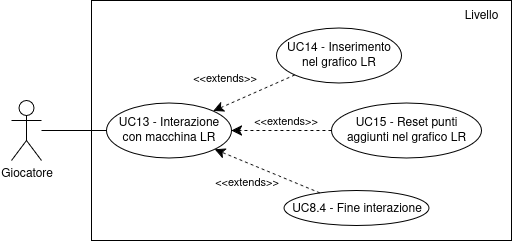
This is Documentazione/source/imgs/uc-macchina_lr.png from fliposab/ProgettoStage, a draw.io export, as it was before one commit. Source tidied: cells renumbered, new cells last; positions are measured from the earlier drawing's top-left corner, leaving out a move shared by most shapes.
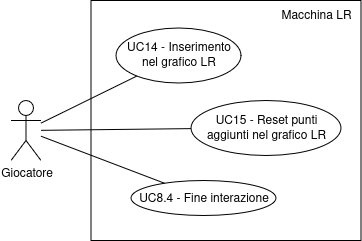
Above is the later version.

Change to the diagram source:
```diff
@@ -3,52 +3,31 @@
     <mxCell id="0" />
     <mxCell id="1" parent="0" />
     <mxCell id="2" style="rounded=0;whiteSpace=wrap;html=1;gradientColor=none;" parent="1" vertex="1">
-      <mxGeometry x="80" width="420" height="240" as="geometry" />
+      <mxGeometry x="62.5" y="-10" width="270" height="240" as="geometry" />
     </mxCell>
     <mxCell id="3" value="Giocatore" style="shape=umlActor;verticalLabelPosition=bottom;verticalAlign=top;html=1;outlineConnect=0;" parent="1" vertex="1">
-      <mxGeometry y="100" width="30" height="60" as="geometry" />
+      <mxGeometry x="-17.5" y="90" width="30" height="60" as="geometry" />
     </mxCell>
-    <mxCell id="4" value="&lt;div&gt;UC13 - Interazione&lt;/div&gt;&lt;div&gt;con macchina LR&lt;/div&gt;" style="ellipse;whiteSpace=wrap;html=1;" parent="1" vertex="1">
-      <mxGeometry x="95" y="102.5" width="125" height="55" as="geometry" />
+    <mxCell id="4" style="rounded=0;jettySize=auto;html=1;endArrow=none;startFill=0;" parent="1" edge="1" source="3" target="5">
+      <mxGeometry relative="1" as="geometry" />
     </mxCell>
-    <mxCell id="5" style="rounded=0;jettySize=auto;html=1;entryX=0;entryY=0.5;entryDx=0;entryDy=0;endArrow=none;startFill=0;" parent="1" edge="1" source="3" target="4">
-      <mxGeometry relative="1" as="geometry" />
+    <mxCell id="5" value="&lt;div&gt;UC14 - Inserimento&lt;/div&gt;&lt;div&gt;nel grafico LR&lt;/div&gt;" style="ellipse;whiteSpace=wrap;html=1;" parent="1" vertex="1">
+      <mxGeometry x="87.5" y="17.5" width="125" height="55" as="geometry" />
     </mxCell>
-    <mxCell id="6" value="&lt;div&gt;UC14 - Inserimento&lt;/div&gt;&lt;div&gt;nel grafico LR&lt;/div&gt;" style="ellipse;whiteSpace=wrap;html=1;" parent="1" vertex="1">
-      <mxGeometry x="265" y="27.5" width="125" height="55" as="geometry" />
+    <mxCell id="6" value="&lt;div&gt;UC15 - Reset punti&lt;/div&gt;&lt;div&gt;aggiunti nel grafico LR&lt;/div&gt;" style="ellipse;whiteSpace=wrap;html=1;" parent="1" vertex="1">
+      <mxGeometry x="162.5" y="90" width="150" height="55" as="geometry" />
     </mxCell>
-    <mxCell id="7" value="&lt;div&gt;UC15 - Reset punti&lt;/div&gt;&lt;div&gt;aggiunti nel grafico LR&lt;/div&gt;" style="ellipse;whiteSpace=wrap;html=1;" parent="1" vertex="1">
-      <mxGeometry x="320" y="102.5" width="150" height="55" as="geometry" />
+    <mxCell id="7" value="UC8.4 - Fine interazione" style="ellipse;whiteSpace=wrap;html=1;" parent="1" vertex="1">
+      <mxGeometry x="102.5" y="170" width="145" height="35" as="geometry" />
     </mxCell>
-    <mxCell id="8" value="UC8.4 - Fine interazione" style="ellipse;whiteSpace=wrap;html=1;" parent="1" vertex="1">
-      <mxGeometry x="272.5" y="190" width="145" height="35" as="geometry" />
+    <mxCell id="8" value="Macchina LR" style="text;html=1;align=center;verticalAlign=middle;whiteSpace=wrap;rounded=0;" parent="1" vertex="1">
+      <mxGeometry x="247.5" y="-10" width="80" height="30" as="geometry" />
     </mxCell>
-    <mxCell id="9" value="Livello" style="text;html=1;align=center;verticalAlign=middle;whiteSpace=wrap;rounded=0;" parent="1" vertex="1">
-      <mxGeometry x="440" width="60" height="30" as="geometry" />
+    <mxCell id="9" style="rounded=0;jettySize=auto;html=1;endArrow=none;startFill=0;" parent="1" edge="1" source="3" target="7">
+      <mxGeometry relative="1" as="geometry" />
     </mxCell>
-    <mxCell id="10" style="rounded=0;jettySize=auto;html=1;endArrow=classic;endFill=1;endSize=8;dashed=1;startArrow=none;startFill=0;" parent="1" edge="1" source="6" target="4">
+    <mxCell id="10" style="rounded=0;jettySize=auto;html=1;endArrow=none;startFill=0;" parent="1" edge="1" source="3" target="6">
       <mxGeometry relative="1" as="geometry" />
     </mxCell>
-    <mxCell id="11" value="&amp;lt;&amp;lt;extends&amp;gt;&amp;gt;" style="edgeLabel;html=1;align=center;verticalAlign=middle;" parent="10" vertex="1">
-      <mxGeometry x="0.18" y="-1" relative="1" as="geometry">
-        <mxPoint x="-22" y="-17" as="offset" />
-      </mxGeometry>
-    </mxCell>
-    <mxCell id="12" style="rounded=0;jettySize=auto;html=1;endArrow=classic;endFill=1;endSize=8;dashed=1;startArrow=none;startFill=0;" parent="1" edge="1" source="7" target="4">
-      <mxGeometry relative="1" as="geometry" />
-    </mxCell>
-    <mxCell id="13" value="&amp;lt;&amp;lt;extends&amp;gt;&amp;gt;" style="edgeLabel;html=1;align=center;verticalAlign=middle;" parent="12" vertex="1">
-      <mxGeometry x="0.22" y="2" relative="1" as="geometry">
-        <mxPoint x="14" y="-12" as="offset" />
-      </mxGeometry>
-    </mxCell>
-    <mxCell id="14" style="rounded=0;jettySize=auto;html=1;endArrow=classic;endFill=1;endSize=8;dashed=1;startArrow=none;startFill=0;" parent="1" edge="1" source="8" target="4">
-      <mxGeometry relative="1" as="geometry" />
-    </mxCell>
-    <mxCell id="15" value="&amp;lt;&amp;lt;extends&amp;gt;&amp;gt;" style="edgeLabel;html=1;align=center;verticalAlign=middle;" parent="14" vertex="1">
-      <mxGeometry x="-0.07" y="-2" relative="1" as="geometry">
-        <mxPoint x="-26" y="11" as="offset" />
-      </mxGeometry>
-    </mxCell>
   </root>
 </mxGraphModel>
```
